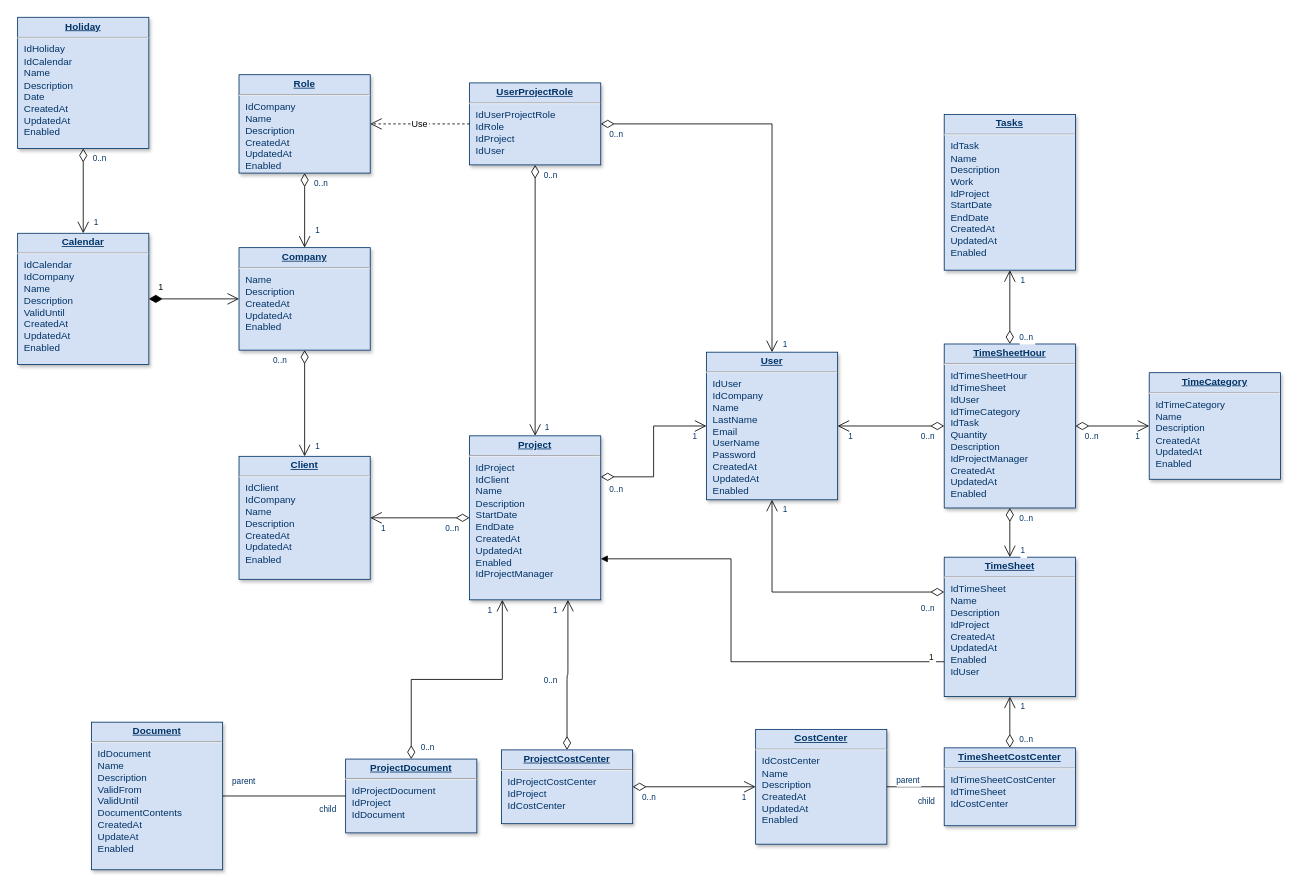
This is Untitled Diagram.drawio from WH961230/EvoreekParallelSpace, a draw.io file, before an edit. Source tidied: cells renumbered, new cells numbered last; positions are measured from the earlier drawing's top-left corner, leaving out a move shared by most shapes. Both pictures are drawn from the tidied source at 82%, with x=0, y=0 at pixel (17, 17).
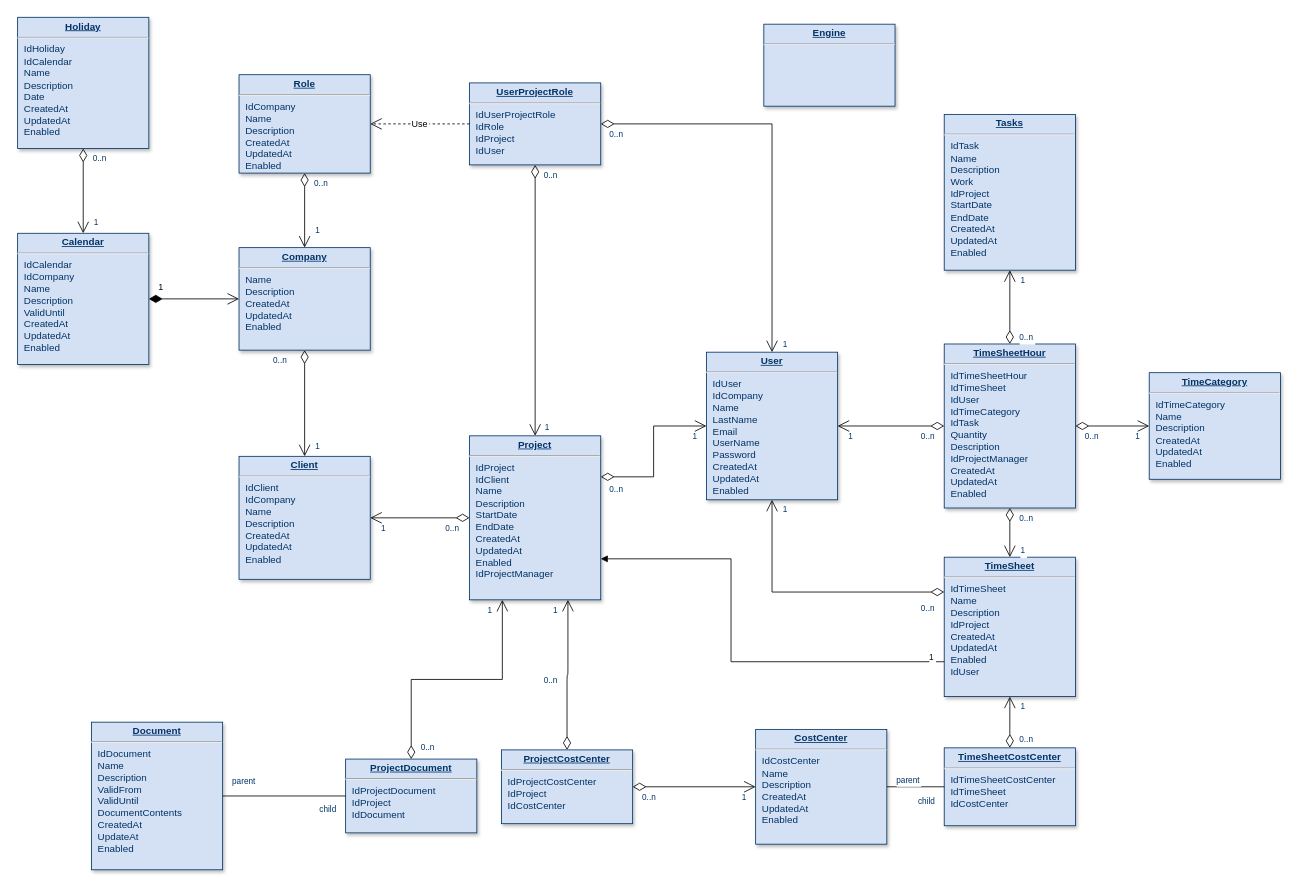
After the change.

What changed in the source:
```diff
@@
+    <mxCell id="77" value="&lt;p style=&quot;margin: 0px ; margin-top: 4px ; text-align: center ; text-decoration: underline&quot;&gt;&lt;b&gt;Engine&lt;/b&gt;&lt;/p&gt;&lt;hr&gt;&lt;p style=&quot;margin: 0px ; margin-left: 8px&quot;&gt;&lt;br&gt;&lt;/p&gt;" style="verticalAlign=top;align=left;overflow=fill;fontSize=12;fontFamily=Helvetica;html=1;strokeColor=#003366;shadow=1;fillColor=#D4E1F5;fontColor=#003366;" parent="1" vertex="1">
+      <mxGeometry x="910" y="8" width="160" height="100" as="geometry" />
+    </mxCell>
```
